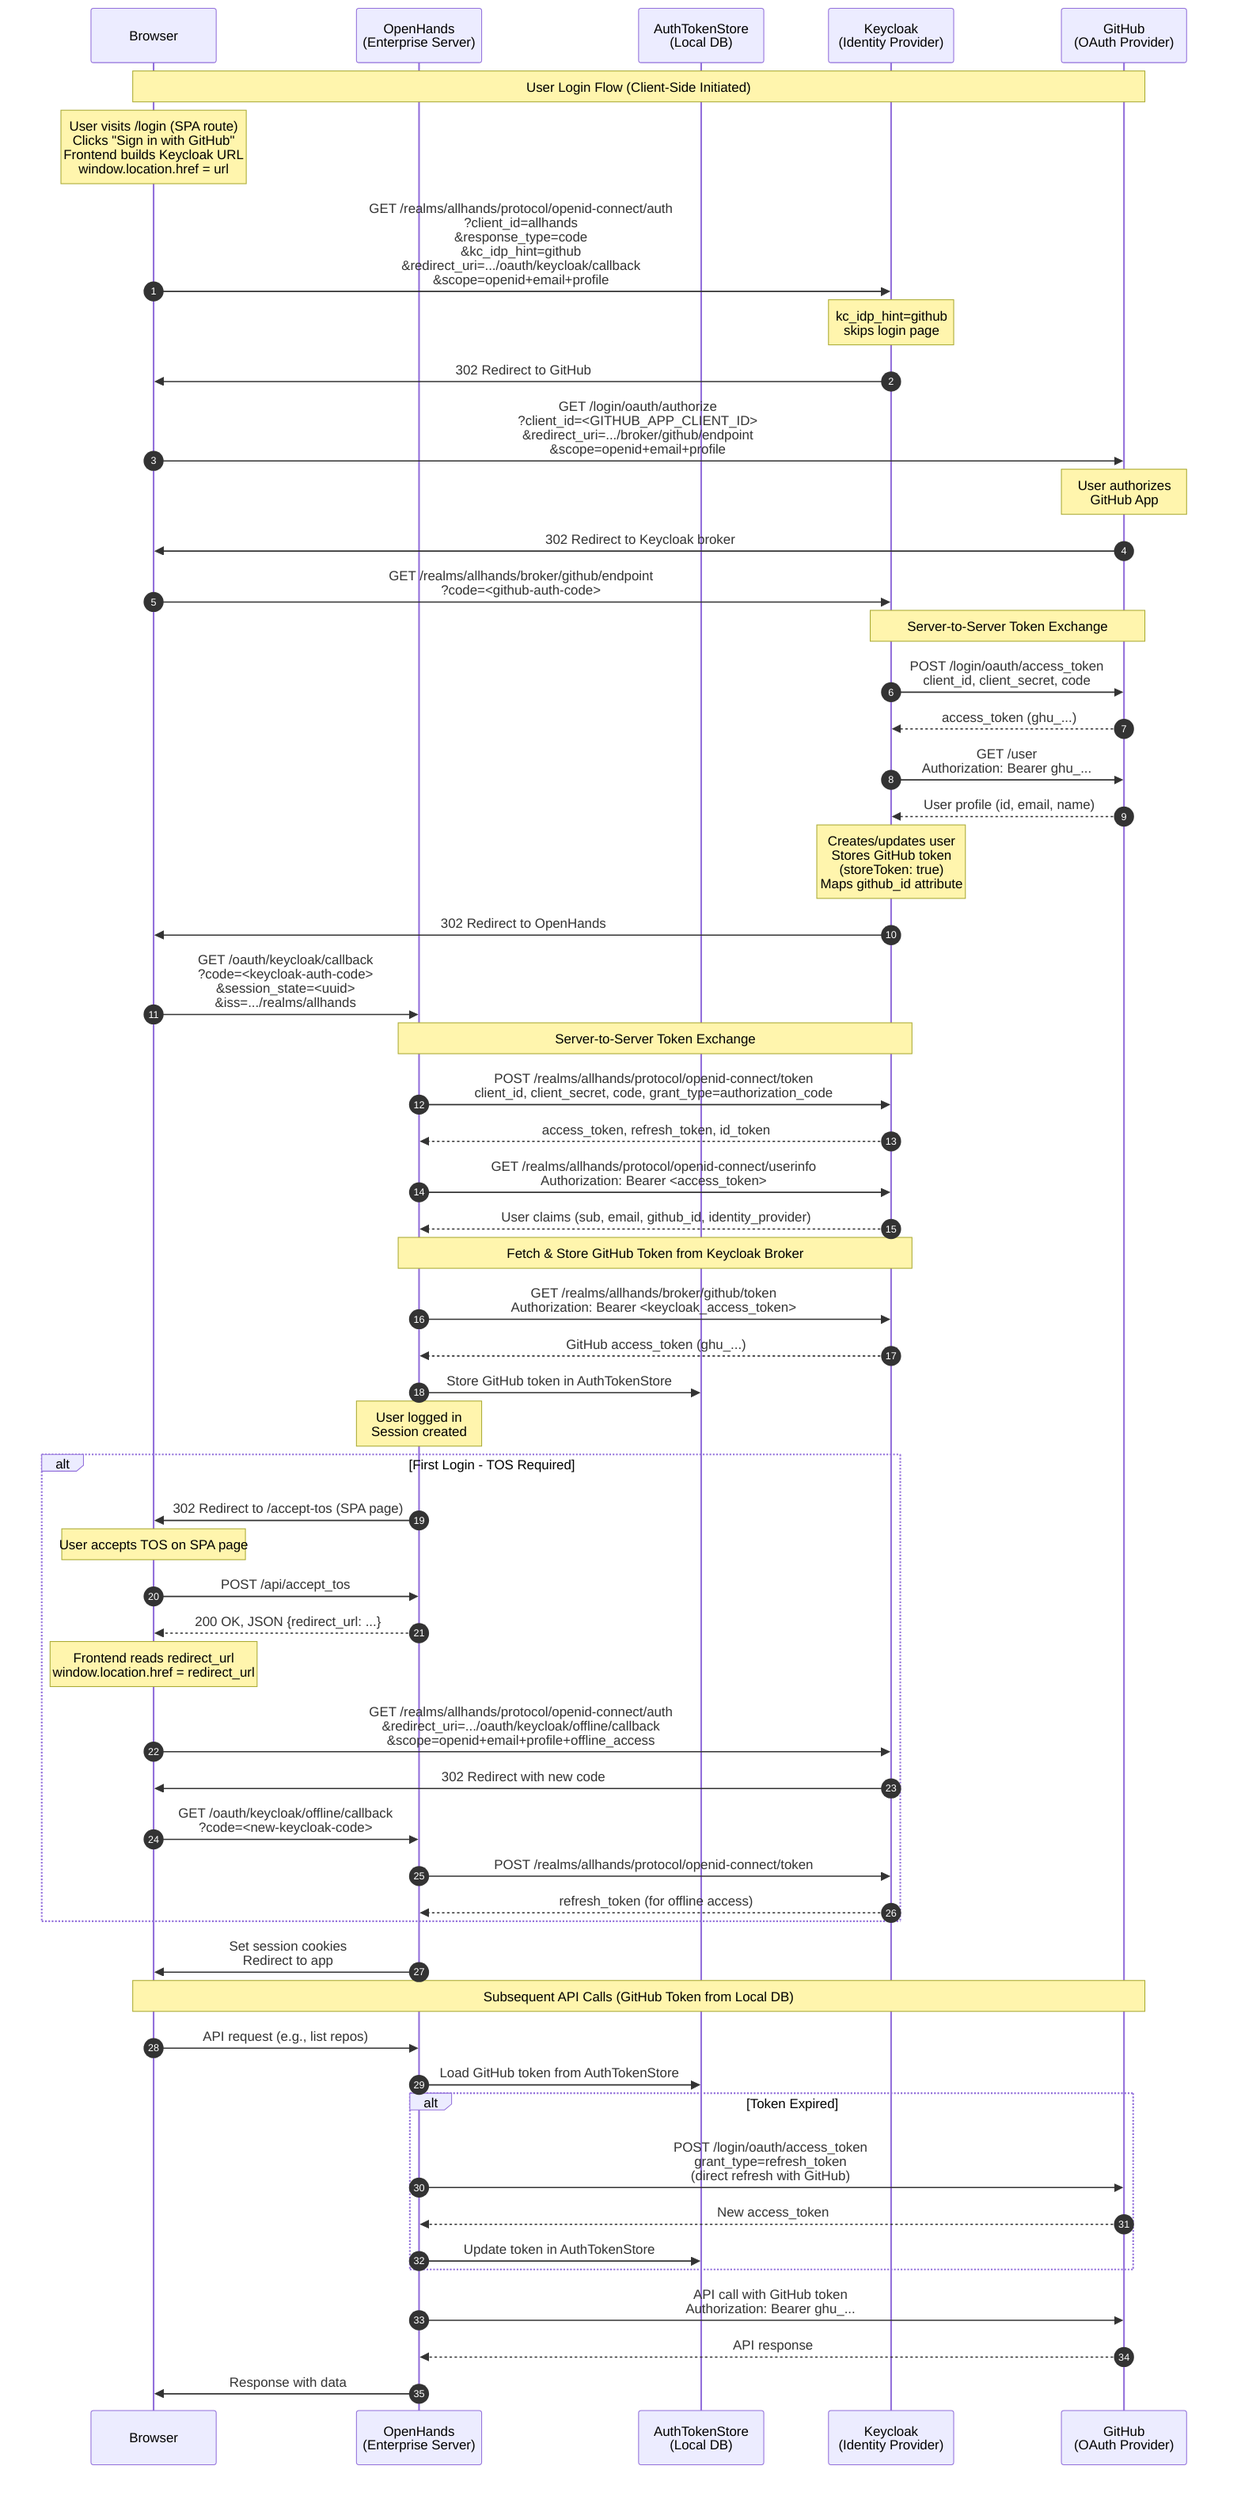
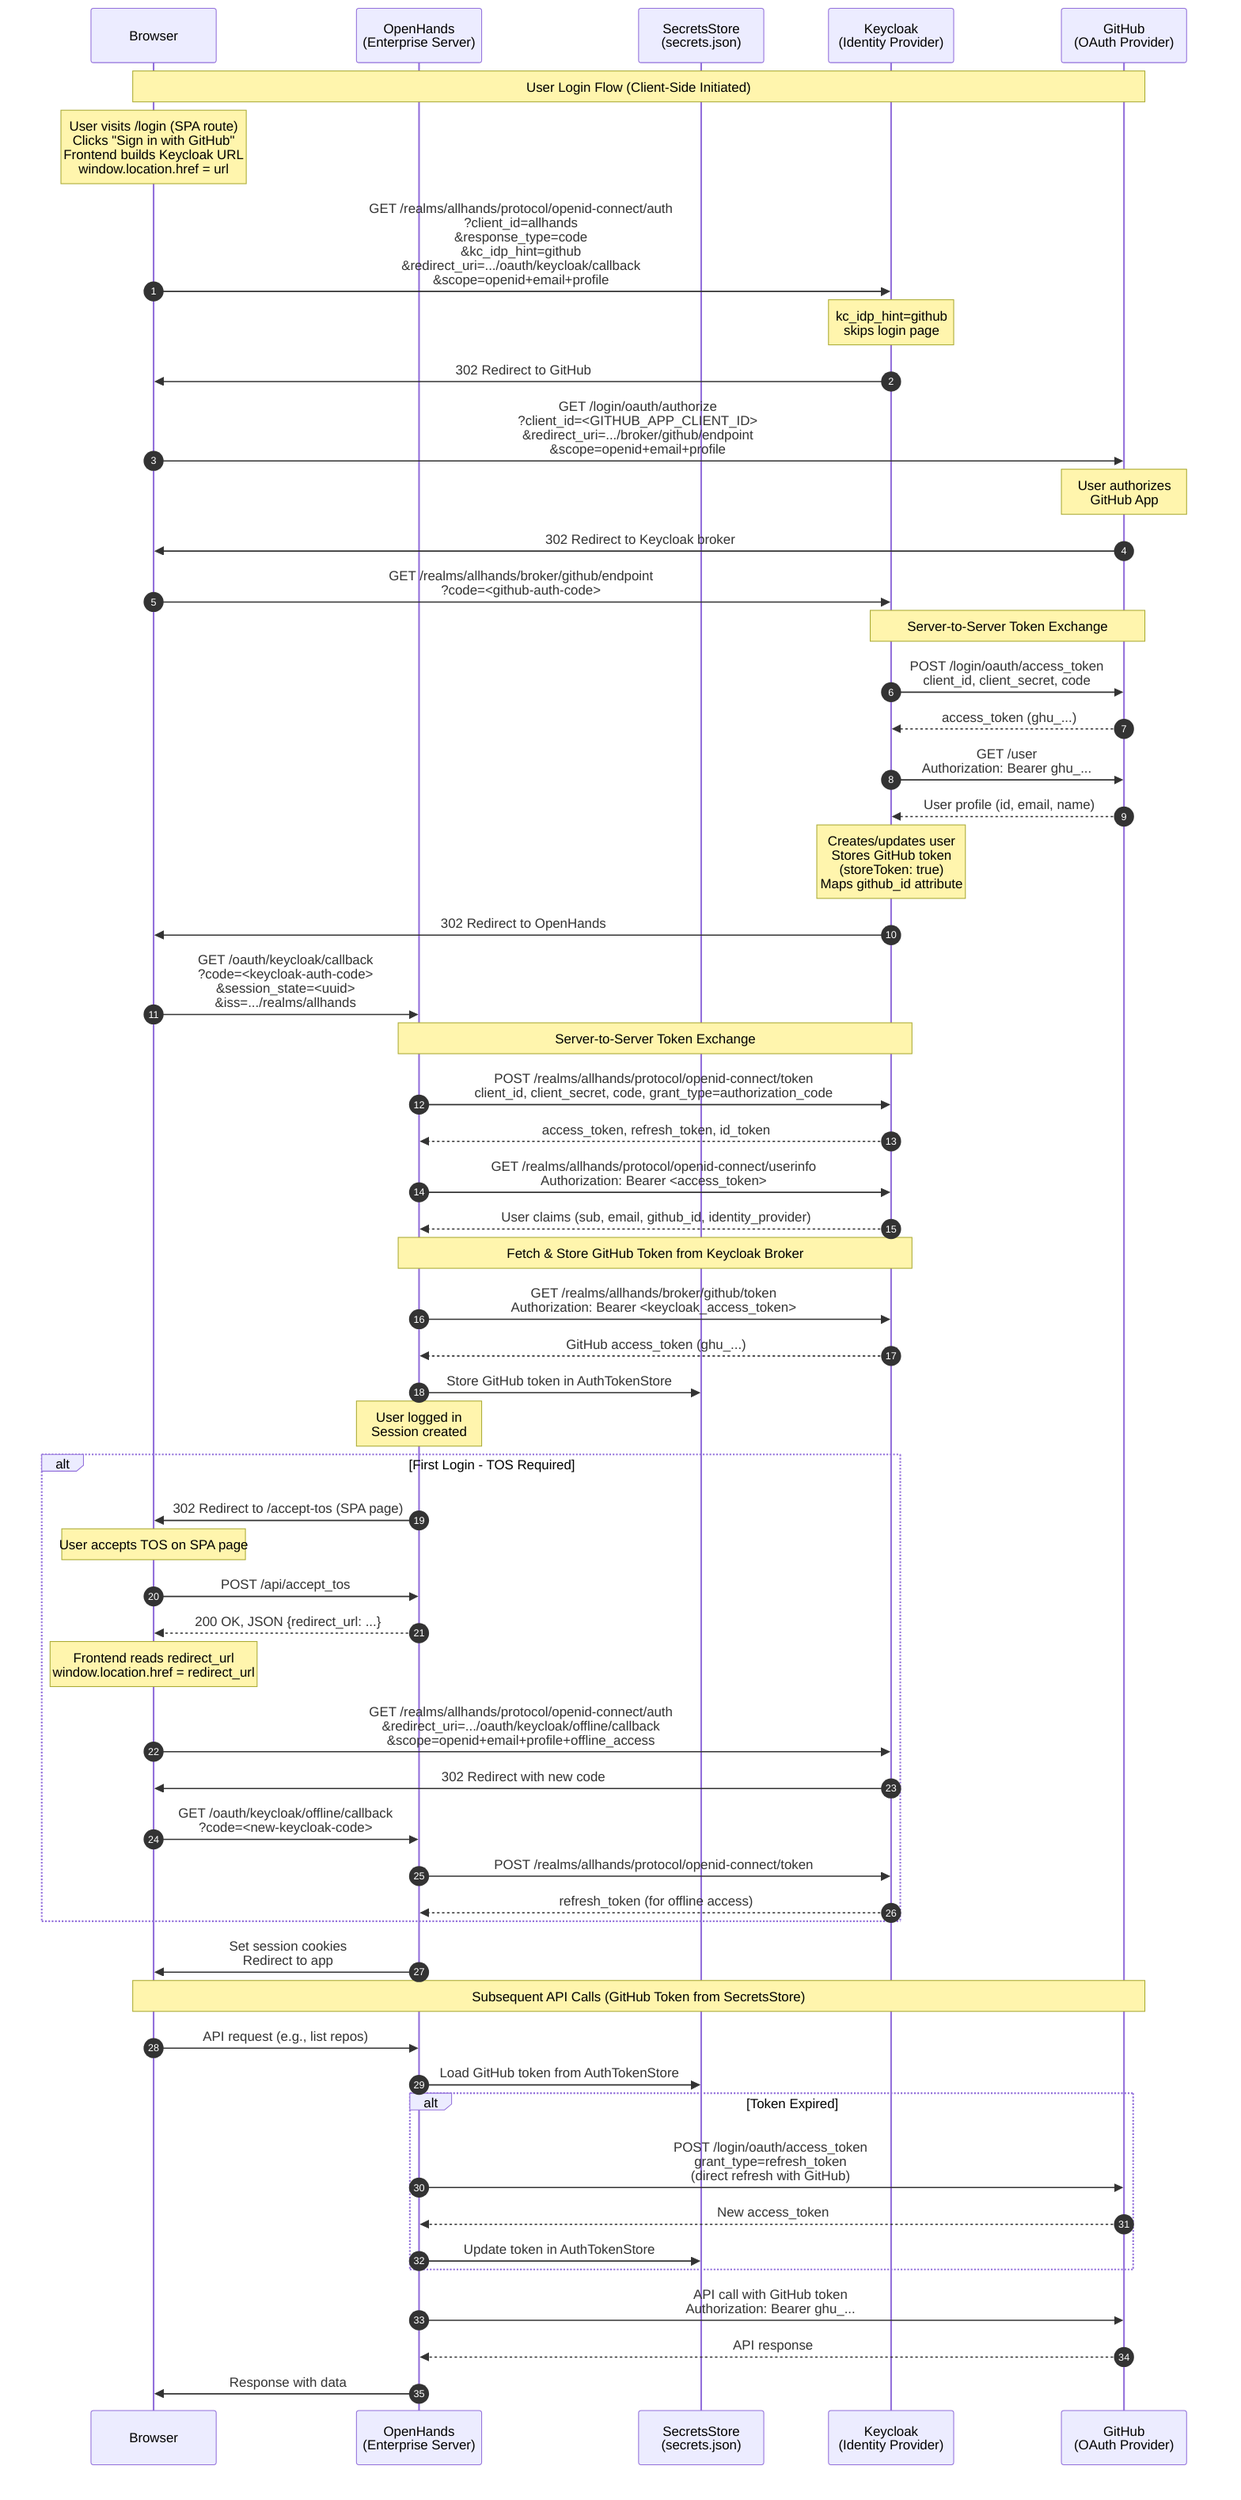
sequenceDiagram
    autonumber
    participant Browser
    participant OpenHands as OpenHands<br/>(Enterprise Server)
-     participant DB as AuthTokenStore<br/>(Local DB)
+     participant DB as SecretsStore<br/>(secrets.json)
    participant Keycloak as Keycloak<br/>(Identity Provider)
    participant GitHub as GitHub<br/>(OAuth Provider)

    Note over Browser,GitHub: User Login Flow (Client-Side Initiated)

    Note over Browser: User visits /login (SPA route)<br/>Clicks "Sign in with GitHub"<br/>Frontend builds Keycloak URL<br/>window.location.href = url

    Browser->>Keycloak: GET /realms/allhands/protocol/openid-connect/auth<br/>?client_id=allhands<br/>&response_type=code<br/>&kc_idp_hint=github<br/>&redirect_uri=.../oauth/keycloak/callback<br/>&scope=openid+email+profile

    Note over Keycloak: kc_idp_hint=github<br/>skips login page

    Keycloak->>Browser: 302 Redirect to GitHub

    Browser->>GitHub: GET /login/oauth/authorize<br/>?client_id=<GITHUB_APP_CLIENT_ID><br/>&redirect_uri=.../broker/github/endpoint<br/>&scope=openid+email+profile

    Note over GitHub: User authorizes<br/>GitHub App

    GitHub->>Browser: 302 Redirect to Keycloak broker
    Browser->>Keycloak: GET /realms/allhands/broker/github/endpoint<br/>?code=<github-auth-code>

    Note over Keycloak,GitHub: Server-to-Server Token Exchange

    Keycloak->>GitHub: POST /login/oauth/access_token<br/>client_id, client_secret, code
    GitHub-->>Keycloak: access_token (ghu_...)

    Keycloak->>GitHub: GET /user<br/>Authorization: Bearer ghu_...
    GitHub-->>Keycloak: User profile (id, email, name)

    Note over Keycloak: Creates/updates user<br/>Stores GitHub token<br/>(storeToken: true)<br/>Maps github_id attribute

    Keycloak->>Browser: 302 Redirect to OpenHands
    Browser->>OpenHands: GET /oauth/keycloak/callback<br/>?code=<keycloak-auth-code><br/>&session_state=<uuid><br/>&iss=.../realms/allhands

    Note over OpenHands,Keycloak: Server-to-Server Token Exchange

    OpenHands->>Keycloak: POST /realms/allhands/protocol/openid-connect/token<br/>client_id, client_secret, code, grant_type=authorization_code
    Keycloak-->>OpenHands: access_token, refresh_token, id_token

    OpenHands->>Keycloak: GET /realms/allhands/protocol/openid-connect/userinfo<br/>Authorization: Bearer <access_token>
    Keycloak-->>OpenHands: User claims (sub, email, github_id, identity_provider)

    Note over OpenHands,Keycloak: Fetch & Store GitHub Token from Keycloak Broker

    OpenHands->>Keycloak: GET /realms/allhands/broker/github/token<br/>Authorization: Bearer <keycloak_access_token>
    Keycloak-->>OpenHands: GitHub access_token (ghu_...)

    OpenHands->>DB: Store GitHub token in AuthTokenStore

    Note over OpenHands: User logged in<br/>Session created

    alt First Login - TOS Required
        OpenHands->>Browser: 302 Redirect to /accept-tos (SPA page)
        Note over Browser: User accepts TOS on SPA page
        Browser->>OpenHands: POST /api/accept_tos
        OpenHands-->>Browser: 200 OK, JSON {redirect_url: ...}
        Note over Browser: Frontend reads redirect_url<br/>window.location.href = redirect_url
        Browser->>Keycloak: GET /realms/allhands/protocol/openid-connect/auth<br/>&redirect_uri=.../oauth/keycloak/offline/callback<br/>&scope=openid+email+profile+offline_access
        Keycloak->>Browser: 302 Redirect with new code
        Browser->>OpenHands: GET /oauth/keycloak/offline/callback<br/>?code=<new-keycloak-code>
        OpenHands->>Keycloak: POST /realms/allhands/protocol/openid-connect/token
        Keycloak-->>OpenHands: refresh_token (for offline access)
    end

    OpenHands->>Browser: Set session cookies<br/>Redirect to app

-     Note over Browser,GitHub: Subsequent API Calls (GitHub Token from Local DB)
+     Note over Browser,GitHub: Subsequent API Calls (GitHub Token from SecretsStore)

    Browser->>OpenHands: API request (e.g., list repos)

    OpenHands->>DB: Load GitHub token from AuthTokenStore

    alt Token Expired
        OpenHands->>GitHub: POST /login/oauth/access_token<br/>grant_type=refresh_token<br/>(direct refresh with GitHub)
        GitHub-->>OpenHands: New access_token
        OpenHands->>DB: Update token in AuthTokenStore
    end

    OpenHands->>GitHub: API call with GitHub token<br/>Authorization: Bearer ghu_...
    GitHub-->>OpenHands: API response

    OpenHands->>Browser: Response with data
